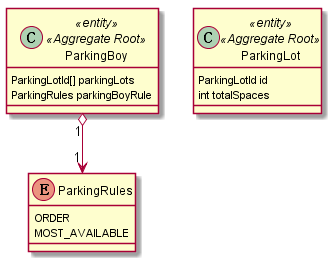
The PlantUML diagram out/design/class/config context.png in scglwsj/ddd-learning, before a commit.
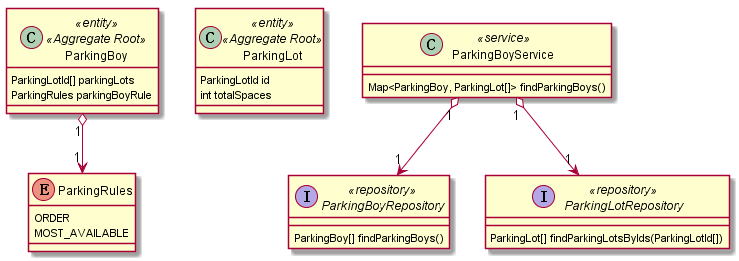
Later version of the same file.

The edit, as a diff of the source:
```diff
@@ -14,5 +14,19 @@
   MOST_AVAILABLE
 }
 
+class ParkingBoyService << service >> {
+  Map<ParkingBoy, ParkingLot[]> findParkingBoys()
+}
+
+interface ParkingBoyRepository << repository >> {
+  ParkingBoy[] findParkingBoys()
+}
+
+interface ParkingLotRepository << repository >> {
+  ParkingLot[] findParkingLotsByIds(ParkingLotId[])
+}
+
 ParkingBoy "1" o--> "1" ParkingRules
+ParkingBoyService "1" o--> "1" ParkingBoyRepository
+ParkingBoyService "1" o--> "1" ParkingLotRepository
 @enduml
```
